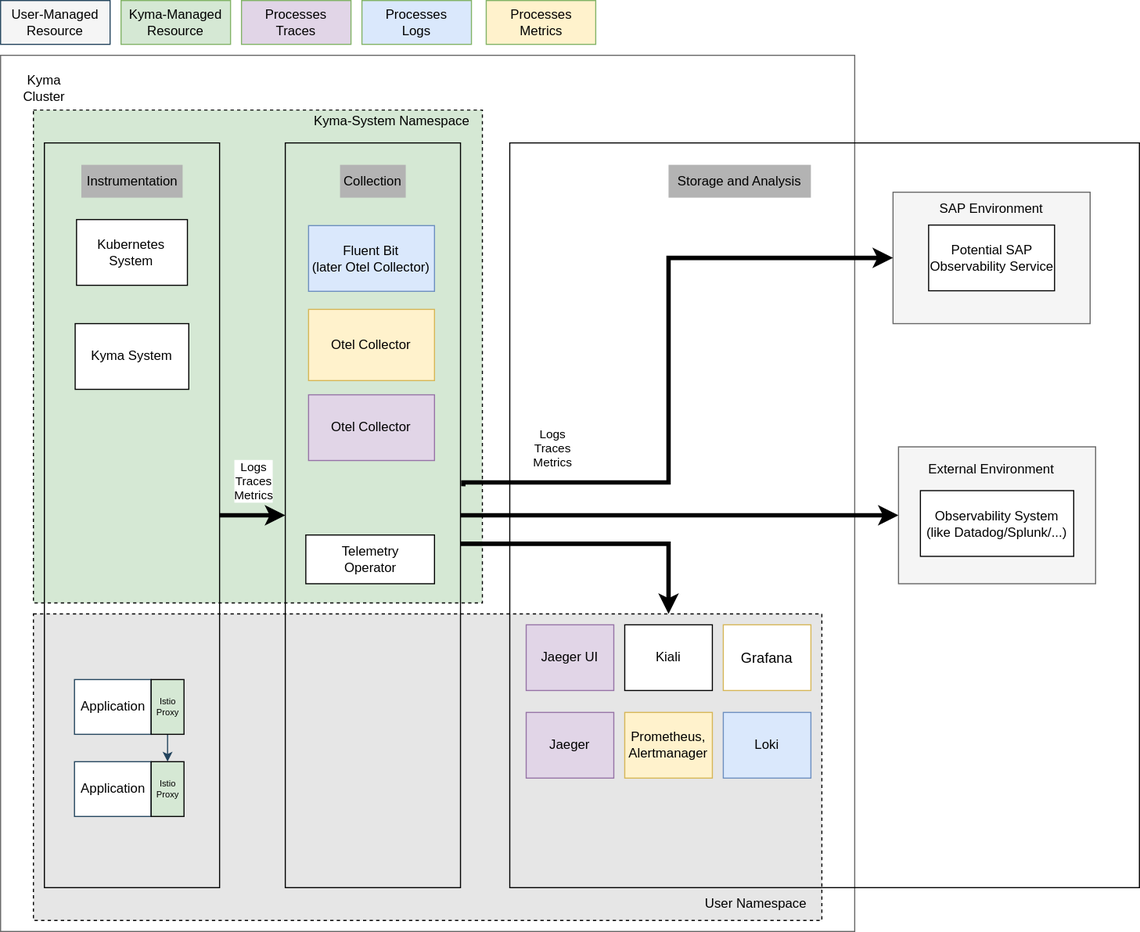
Above: concepts/observability-strategy/assets/strategy-future.drawio.svg in kyma-project/community (draw.io), before the change. Source tidied: cells renumbered, new cells last; positions are measured from the earlier drawing's top-left corner, leaving out a move shared by most shapes.
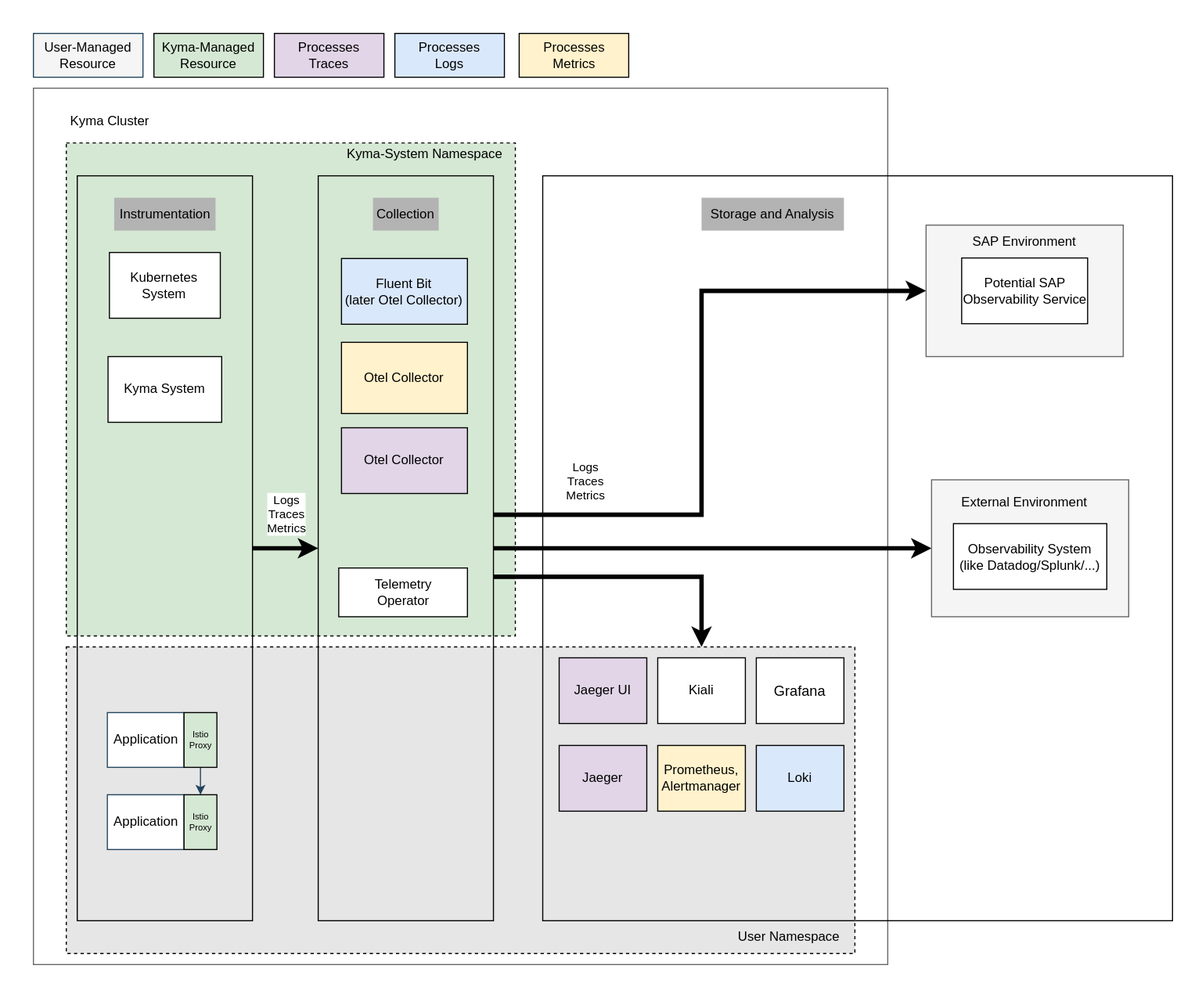
The same file after the commit.

Change to the diagram source:
```diff
@@ -2,6 +2,9 @@
   <root>
     <mxCell id="0" />
     <mxCell id="1" parent="0" />
+    <mxCell id="48" style="rounded=0;whiteSpace=wrap;html=1;fillColor=#FFFFFF;strokeColor=none;" parent="1" vertex="1">
+      <mxGeometry x="-30" y="-30" width="1090" height="900" as="geometry" />
+    </mxCell>
     <mxCell id="2" style="rounded=0;whiteSpace=wrap;html=1;fillColor=#FFFFFF;strokeColor=#666666;fontColor=#333333;" parent="1" vertex="1">
       <mxGeometry y="50" width="780" height="800" as="geometry" />
     </mxCell>
@@ -21,7 +24,7 @@
       <mxGeometry x="68.1" y="295" width="103.8" height="60" as="geometry" />
     </mxCell>
     <mxCell id="8" value="Kyma Cluster" style="text;html=1;strokeColor=none;fillColor=none;align=center;verticalAlign=middle;whiteSpace=wrap;rounded=0;fontColor=#000000;" parent="1" vertex="1">
-      <mxGeometry x="20" y="70" width="40" height="20" as="geometry" />
+      <mxGeometry x="30" y="70" width="80" height="20" as="geometry" />
     </mxCell>
     <mxCell id="9" value="Kyma-System Namespace" style="text;html=1;strokeColor=none;fillColor=none;align=center;verticalAlign=middle;whiteSpace=wrap;rounded=0;fontColor=#000000;" parent="1" vertex="1">
       <mxGeometry x="275" y="100" width="165" height="20" as="geometry" />
@@ -47,7 +50,7 @@
     <mxCell id="16" value="User-Managed Resource" style="rounded=0;whiteSpace=wrap;html=1;fillColor=#F5F5F5;strokeColor=#23445d;" parent="1" vertex="1">
       <mxGeometry width="100" height="40" as="geometry" />
     </mxCell>
-    <mxCell id="17" value="Kyma-Managed Resource" style="rounded=0;whiteSpace=wrap;html=1;fillColor=#d5e8d4;strokeColor=#82b366;fontColor=#000000;" parent="1" vertex="1">
+    <mxCell id="17" value="Kyma-Managed Resource" style="rounded=0;whiteSpace=wrap;html=1;fillColor=#d5e8d4;strokeColor=#000000;fontColor=#000000;" parent="1" vertex="1">
       <mxGeometry x="110" width="100" height="40" as="geometry" />
     </mxCell>
     <mxCell id="18" style="edgeStyle=orthogonalEdgeStyle;rounded=0;jettySize=auto;html=1;entryX=0;entryY=0.5;entryDx=0;entryDy=0;fillColor=#e1d5e7;strokeColor=#000000;strokeWidth=4;exitX=1;exitY=0.5;exitDx=0;exitDy=0;" parent="1" edge="1" source="5" target="21">
@@ -86,40 +89,40 @@
         </Array>
       </mxGeometry>
     </mxCell>
-    <mxCell id="26" value="Processes&lt;br&gt;Traces" style="rounded=0;whiteSpace=wrap;html=1;fillColor=#E1D5E7;strokeColor=#82b366;fontColor=#000000;" parent="1" vertex="1">
+    <mxCell id="26" value="Processes&lt;br&gt;Traces" style="rounded=0;whiteSpace=wrap;html=1;fillColor=#E1D5E7;strokeColor=#000000;fontColor=#000000;" parent="1" vertex="1">
       <mxGeometry x="220" width="100" height="40" as="geometry" />
     </mxCell>
-    <mxCell id="27" value="Processes&lt;br&gt;Logs" style="rounded=0;whiteSpace=wrap;html=1;fillColor=#DAE8FC;strokeColor=#82b366;fontColor=#000000;" parent="1" vertex="1">
+    <mxCell id="27" value="Processes&lt;br&gt;Logs" style="rounded=0;whiteSpace=wrap;html=1;fillColor=#DAE8FC;strokeColor=#000000;fontColor=#000000;" parent="1" vertex="1">
       <mxGeometry x="330" width="100" height="40" as="geometry" />
     </mxCell>
-    <mxCell id="28" value="Processes&lt;br&gt;Metrics" style="rounded=0;whiteSpace=wrap;html=1;fillColor=#FFF2CC;strokeColor=#82b366;fontColor=#000000;" parent="1" vertex="1">
+    <mxCell id="28" value="Processes&lt;br&gt;Metrics" style="rounded=0;whiteSpace=wrap;html=1;fillColor=#FFF2CC;strokeColor=#000000;fontColor=#000000;" parent="1" vertex="1">
       <mxGeometry x="443.5" width="100" height="40" as="geometry" />
     </mxCell>
-    <mxCell id="29" value="Fluent Bit&lt;br&gt;(later Otel Collector)" style="rounded=0;whiteSpace=wrap;html=1;fillColor=#dae8fc;strokeColor=#6c8ebf;fontColor=#000000;" parent="1" vertex="1">
+    <mxCell id="29" value="Fluent Bit&lt;br&gt;(later Otel Collector)" style="rounded=0;whiteSpace=wrap;html=1;fillColor=#dae8fc;strokeColor=#000000;fontColor=#000000;" parent="1" vertex="1">
       <mxGeometry x="281.2" y="205.5" width="115" height="60" as="geometry" />
     </mxCell>
-    <mxCell id="30" value="Otel Collector" style="rounded=0;whiteSpace=wrap;html=1;fillColor=#fff2cc;strokeColor=#d6b656;fontColor=#000000;" parent="1" vertex="1">
+    <mxCell id="30" value="Otel Collector" style="rounded=0;whiteSpace=wrap;html=1;fillColor=#fff2cc;strokeColor=#000000;fontColor=#000000;" parent="1" vertex="1">
       <mxGeometry x="281.2" y="282" width="115" height="65" as="geometry" />
     </mxCell>
-    <mxCell id="31" value="Otel Collector" style="rounded=0;whiteSpace=wrap;html=1;fillColor=#e1d5e7;strokeColor=#9673a6;fontColor=#000000;" parent="1" vertex="1">
+    <mxCell id="31" value="Otel Collector" style="rounded=0;whiteSpace=wrap;html=1;fillColor=#e1d5e7;strokeColor=#000000;fontColor=#000000;" parent="1" vertex="1">
       <mxGeometry x="281.2" y="360" width="115" height="60" as="geometry" />
     </mxCell>
-    <mxCell id="32" value="Prometheus,&lt;br&gt;Alertmanager" style="rounded=0;whiteSpace=wrap;html=1;fillColor=#fff2cc;strokeColor=#d6b656;fontColor=#000000;" parent="1" vertex="1">
+    <mxCell id="32" value="Prometheus,&lt;br&gt;Alertmanager" style="rounded=0;whiteSpace=wrap;html=1;fillColor=#fff2cc;strokeColor=#000000;fontColor=#000000;" parent="1" vertex="1">
       <mxGeometry x="570" y="650" width="80" height="60" as="geometry" />
     </mxCell>
-    <mxCell id="33" value="Loki" style="rounded=0;whiteSpace=wrap;html=1;fillColor=#dae8fc;strokeColor=#6c8ebf;fontColor=#000000;" parent="1" vertex="1">
+    <mxCell id="33" value="Loki" style="rounded=0;whiteSpace=wrap;html=1;fillColor=#dae8fc;strokeColor=#000000;fontColor=#000000;" parent="1" vertex="1">
       <mxGeometry x="660" y="650" width="80" height="60" as="geometry" />
     </mxCell>
-    <mxCell id="34" value="Jaeger" style="rounded=0;whiteSpace=wrap;html=1;fillColor=#e1d5e7;strokeColor=#9673a6;fontColor=#000000;" parent="1" vertex="1">
+    <mxCell id="34" value="Jaeger" style="rounded=0;whiteSpace=wrap;html=1;fillColor=#e1d5e7;strokeColor=#000000;fontColor=#000000;" parent="1" vertex="1">
       <mxGeometry x="480" y="650" width="80" height="60" as="geometry" />
     </mxCell>
-    <mxCell id="35" value="&lt;span style=&quot;font-size: 13px;&quot;&gt;Grafana&lt;/span&gt;" style="rounded=0;whiteSpace=wrap;html=1;fillColor=#FFFFFF;strokeColor=#d6b656;fontColor=#000000;fontSize=13;" parent="1" vertex="1">
+    <mxCell id="35" value="&lt;span style=&quot;font-size: 13px;&quot;&gt;Grafana&lt;/span&gt;" style="rounded=0;whiteSpace=wrap;html=1;fillColor=#FFFFFF;strokeColor=#000000;fontColor=#000000;fontSize=13;" parent="1" vertex="1">
       <mxGeometry x="660" y="570" width="80" height="60" as="geometry" />
     </mxCell>
     <mxCell id="36" value="Kiali" style="rounded=0;whiteSpace=wrap;html=1;" parent="1" vertex="1">
       <mxGeometry x="570" y="570" width="80" height="60" as="geometry" />
     </mxCell>
-    <mxCell id="37" value="Jaeger UI" style="rounded=0;whiteSpace=wrap;html=1;fillColor=#e1d5e7;strokeColor=#9673a6;fontColor=#000000;" parent="1" vertex="1">
+    <mxCell id="37" value="Jaeger UI" style="rounded=0;whiteSpace=wrap;html=1;fillColor=#e1d5e7;strokeColor=#000000;fontColor=#000000;" parent="1" vertex="1">
       <mxGeometry x="480" y="570" width="80" height="60" as="geometry" />
     </mxCell>
     <mxCell id="38" value="Telemetry&lt;br&gt;Operator" style="rounded=0;whiteSpace=wrap;html=1;fontColor=#000000;fillColor=#FFFFFF;" parent="1" vertex="1">
@@ -143,11 +146,10 @@
     <mxCell id="44" value="Observability System&lt;br&gt;(like Datadog/Splunk/...)" style="rounded=0;whiteSpace=wrap;html=1;fontColor=#000000;fillColor=#FFFFFF;strokeColor=#000000;" parent="1" vertex="1">
       <mxGeometry x="840" y="447.5" width="140" height="60" as="geometry" />
     </mxCell>
-    <mxCell id="45" style="edgeStyle=orthogonalEdgeStyle;rounded=0;jettySize=auto;html=1;entryX=0;entryY=0.5;entryDx=0;entryDy=0;fillColor=#e1d5e7;strokeColor=#000000;strokeWidth=4;exitX=1.016;exitY=0.461;exitDx=0;exitDy=0;exitPerimeter=0;" parent="1" edge="1" source="21" target="40">
+    <mxCell id="45" style="edgeStyle=orthogonalEdgeStyle;rounded=0;jettySize=auto;html=1;entryX=0;entryY=0.5;entryDx=0;entryDy=0;fillColor=#e1d5e7;strokeColor=#000000;strokeWidth=4;exitX=1;exitY=0.455;exitDx=0;exitDy=0;exitPerimeter=0;" parent="1" edge="1" source="21" target="40">
       <mxGeometry relative="1" as="geometry">
         <Array as="points">
-          <mxPoint x="423" y="440" />
-          <mxPoint x="610" y="440" />
+          <mxPoint x="610" y="439" />
           <mxPoint x="610" y="235" />
         </Array>
       </mxGeometry>
```
